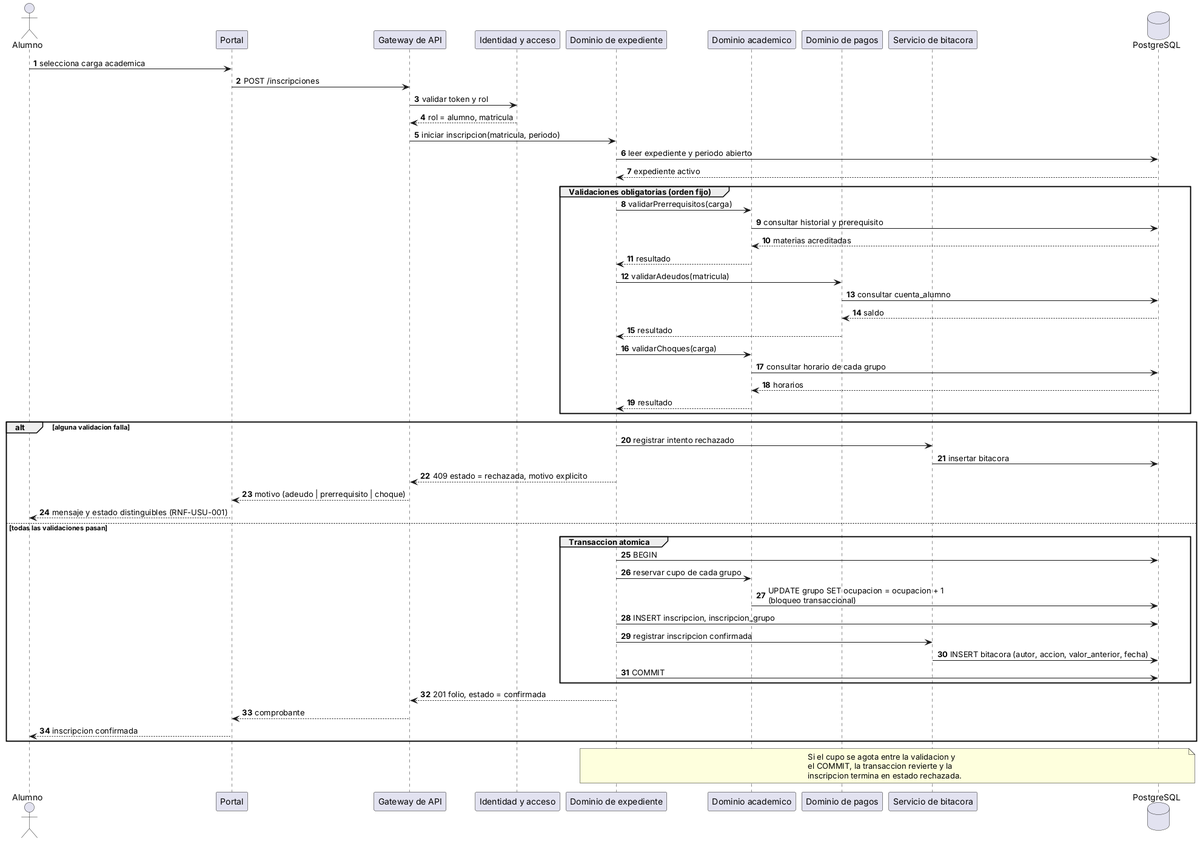
fjmp-dev/sce-control-escolar keeps this PlantUML diagram as docs/arquitectura/render/fig04-secuencia-inscripcion.png. Above is the earlier version. The source it was exported from:
```plantuml
@startuml fig04-secuencia-inscripcion
skinparam shadowing false
autonumber

actor Alumno as AL
participant "Portal" as UI
participant "Gateway de API" as GW
participant "Identidad y acceso" as IAM
participant "Dominio de expediente" as DEXP
participant "Dominio academico" as DACA
participant "Dominio de pagos" as DPAG
participant "Servicio de bitacora" as BIT
database "PostgreSQL" as DB

AL -> UI : selecciona carga academica
UI -> GW : POST /inscripciones
GW -> IAM : validar token y rol
IAM --> GW : rol = alumno, matricula

GW -> DEXP : iniciar inscripcion(matricula, periodo)
DEXP -> DB : leer expediente y periodo abierto
DB --> DEXP : expediente activo

group Validaciones obligatorias (orden fijo)
  DEXP -> DACA : validarPrerrequisitos(carga)
  DACA -> DB : consultar historial y prerequisito
  DB --> DACA : materias acreditadas
  DACA --> DEXP : resultado

  DEXP -> DPAG : validarAdeudos(matricula)
  DPAG -> DB : consultar cuenta_alumno
  DB --> DPAG : saldo
  DPAG --> DEXP : resultado

  DEXP -> DACA : validarChoques(carga)
  DACA -> DB : consultar horario de cada grupo
  DB --> DACA : horarios
  DACA --> DEXP : resultado
end

alt alguna validacion falla
  DEXP -> BIT : registrar intento rechazado
  BIT -> DB : insertar bitacora
  DEXP --> GW : 409 estado = rechazada, motivo explicito
  GW --> UI : motivo (adeudo | prerrequisito | choque)
  UI --> AL : mensaje y estado distinguibles (RNF-USU-001)
else todas las validaciones pasan
  group Transaccion atomica
    DEXP -> DB : BEGIN
    DEXP -> DACA : reservar cupo de cada grupo
    DACA -> DB : UPDATE grupo SET ocupacion = ocupacion + 1\n(bloqueo transaccional)
    DEXP -> DB : INSERT inscripcion, inscripcion_grupo
    DEXP -> BIT : registrar inscripcion confirmada
    BIT -> DB : INSERT bitacora (autor, accion, valor_anterior, fecha)
    DEXP -> DB : COMMIT
  end
  DEXP --> GW : 201 folio, estado = confirmada
  GW --> UI : comprobante
  UI --> AL : inscripcion confirmada
end

note over DEXP, DB
  Si el cupo se agota entre la validacion y
  el COMMIT, la transaccion revierte y la
  inscripcion termina en estado rechazada.
end note

@enduml
```
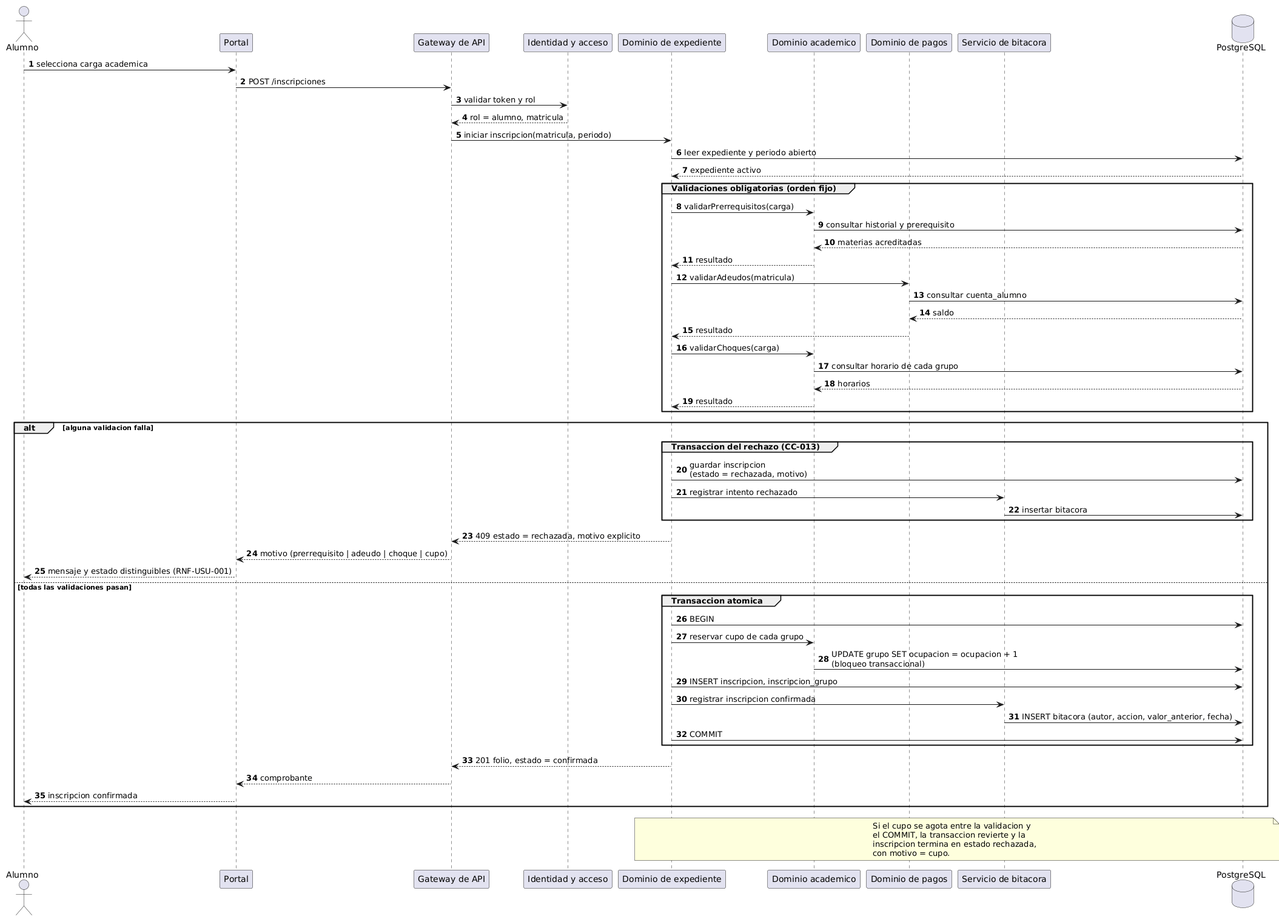
After the commit.

Diff of the diagram source:
```diff
@@ -39,10 +39,13 @@
 end
 
 alt alguna validacion falla
-  DEXP -> BIT : registrar intento rechazado
-  BIT -> DB : insertar bitacora
+  group Transaccion del rechazo (CC-013)
+    DEXP -> DB : guardar inscripcion\n(estado = rechazada, motivo)
+    DEXP -> BIT : registrar intento rechazado
+    BIT -> DB : insertar bitacora
+  end
   DEXP --> GW : 409 estado = rechazada, motivo explicito
-  GW --> UI : motivo (adeudo | prerrequisito | choque)
+  GW --> UI : motivo (prerrequisito | adeudo | choque | cupo)
   UI --> AL : mensaje y estado distinguibles (RNF-USU-001)
 else todas las validaciones pasan
   group Transaccion atomica
@@ -62,7 +65,8 @@
 note over DEXP, DB
   Si el cupo se agota entre la validacion y
   el COMMIT, la transaccion revierte y la
-  inscripcion termina en estado rechazada.
+  inscripcion termina en estado rechazada,
+  con motivo = cupo.
 end note
 
 @enduml
```
